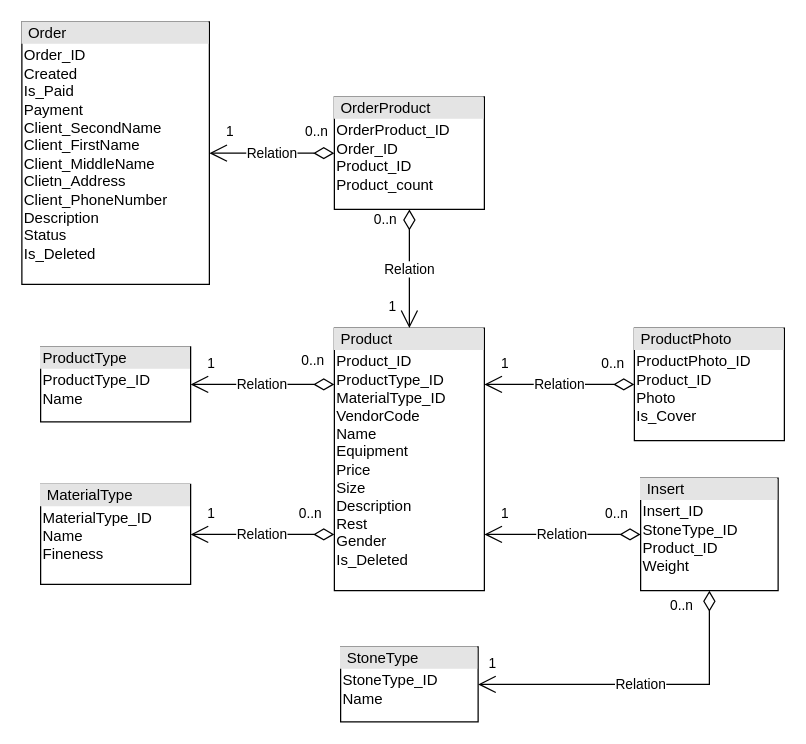
Before: ER-diagram-v1.drawio in omelchenkopete/SA, a draw.io diagram. Source tidied: cells renumbered, new cells numbered last; positions are measured from the earlier drawing's top-left corner, leaving out a move shared by most shapes. Both pictures are drawn from the tidied source at 125%, with x=0, y=0 at pixel (21, 21).
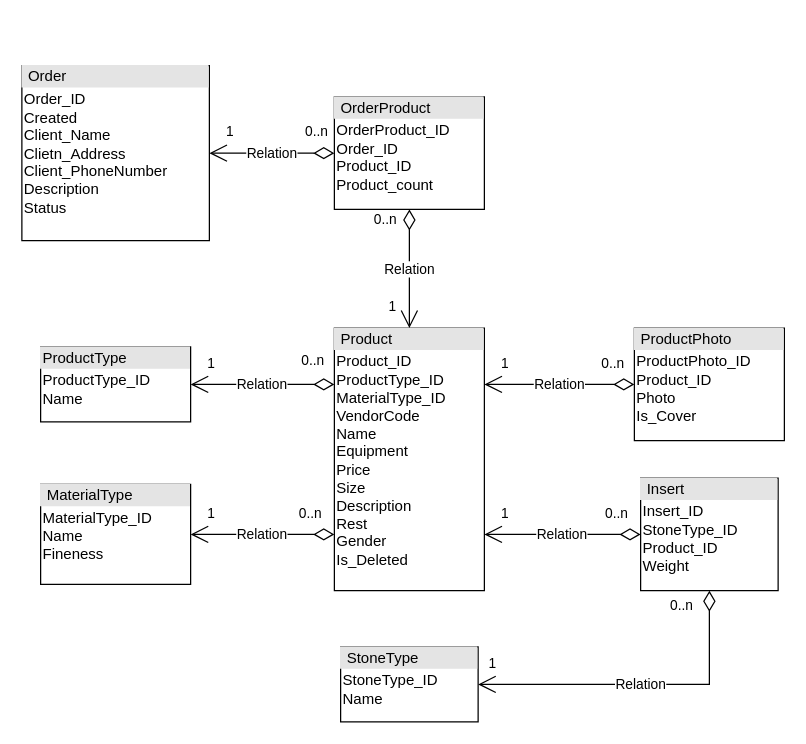
Above is the later version.

Change to the diagram source:
```diff
@@
-    <mxCell id="23" value="&lt;div style=&quot;box-sizing:border-box;width:100%;background:#e4e4e4;padding:2px;&quot;&gt;&amp;nbsp;Order&lt;/div&gt;&lt;table style=&quot;width:100%;font-size:1em;&quot; cellpadding=&quot;2&quot; cellspacing=&quot;0&quot;&gt;&lt;tbody&gt;&lt;tr&gt;&lt;td&gt;Order_ID&lt;br&gt;Created&lt;br&gt;Is_Paid&lt;br&gt;Payment&lt;br&gt;Client_SecondName&lt;br&gt;Client_FirstName&lt;br&gt;Client_MiddleName&lt;br&gt;Clietn_Address&lt;br&gt;Client_PhoneNumber&lt;br&gt;Description&lt;br&gt;Status&lt;br&gt;Is_Deleted&lt;br&gt;&lt;/td&gt;&lt;td&gt;&lt;/td&gt;&lt;/tr&gt;&lt;/tbody&gt;&lt;/table&gt;" style="verticalAlign=top;align=left;overflow=fill;html=1;whiteSpace=wrap;strokeColor=default;gradientColor=none;fillColor=default;rounded=0;glass=0;shadow=0;noLabel=0;portConstraintRotation=0;snapToPoint=0;fixDash=0;enumerate=0;comic=0;" parent="1" vertex="1">
-      <mxGeometry width="150" height="210" as="geometry" />
+    <mxCell id="23" value="&lt;div style=&quot;box-sizing:border-box;width:100%;background:#e4e4e4;padding:2px;&quot;&gt;&amp;nbsp;Order&lt;/div&gt;&lt;table style=&quot;width:100%;font-size:1em;&quot; cellpadding=&quot;2&quot; cellspacing=&quot;0&quot;&gt;&lt;tbody&gt;&lt;tr&gt;&lt;td&gt;Order_ID&lt;br&gt;Created&lt;br&gt;Client_Name&lt;br&gt;Clietn_Address&lt;br&gt;Client_PhoneNumber&lt;br&gt;Description&lt;br&gt;Status&lt;br&gt;&lt;/td&gt;&lt;td&gt;&lt;/td&gt;&lt;/tr&gt;&lt;/tbody&gt;&lt;/table&gt;" style="verticalAlign=top;align=left;overflow=fill;html=1;whiteSpace=wrap;strokeColor=default;gradientColor=none;fillColor=default;rounded=0;glass=0;shadow=0;noLabel=0;portConstraintRotation=0;snapToPoint=0;fixDash=0;enumerate=0;comic=0;" parent="1" vertex="1">
+      <mxGeometry y="35" width="150" height="140" as="geometry" />
     </mxCell>
```
